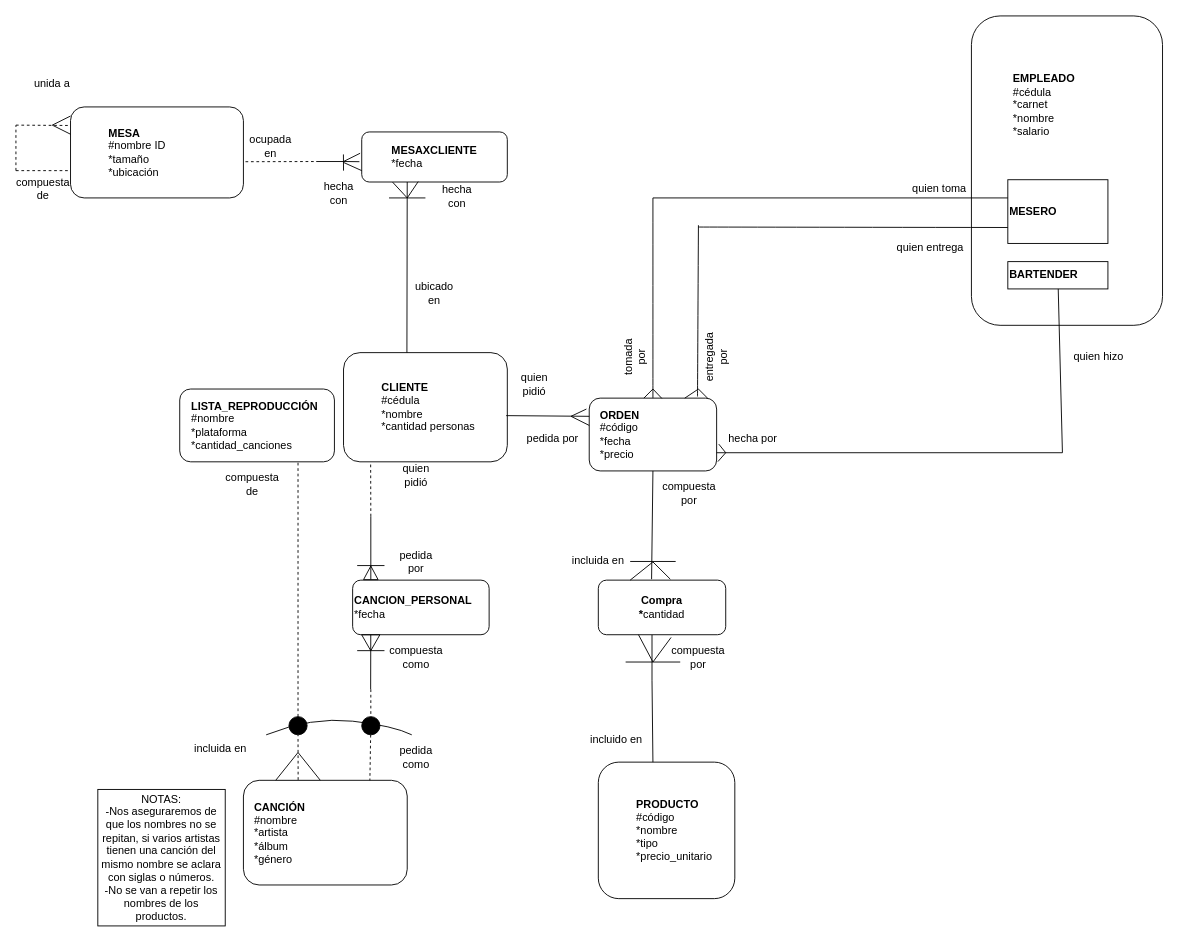
This is Trabajo4/ModeloER.drawio from M1moreno/EntregasBD, a draw.io file, before an edit. Source tidied: cells renumbered, new cells numbered last; positions are measured from the earlier drawing's top-left corner, leaving out a move shared by most shapes. Both pictures are drawn from the tidied source at 91%, with x=0, y=0 at pixel (15, 15). Pictures stored in the file or linked from it are replaced by grey dashed boxes.
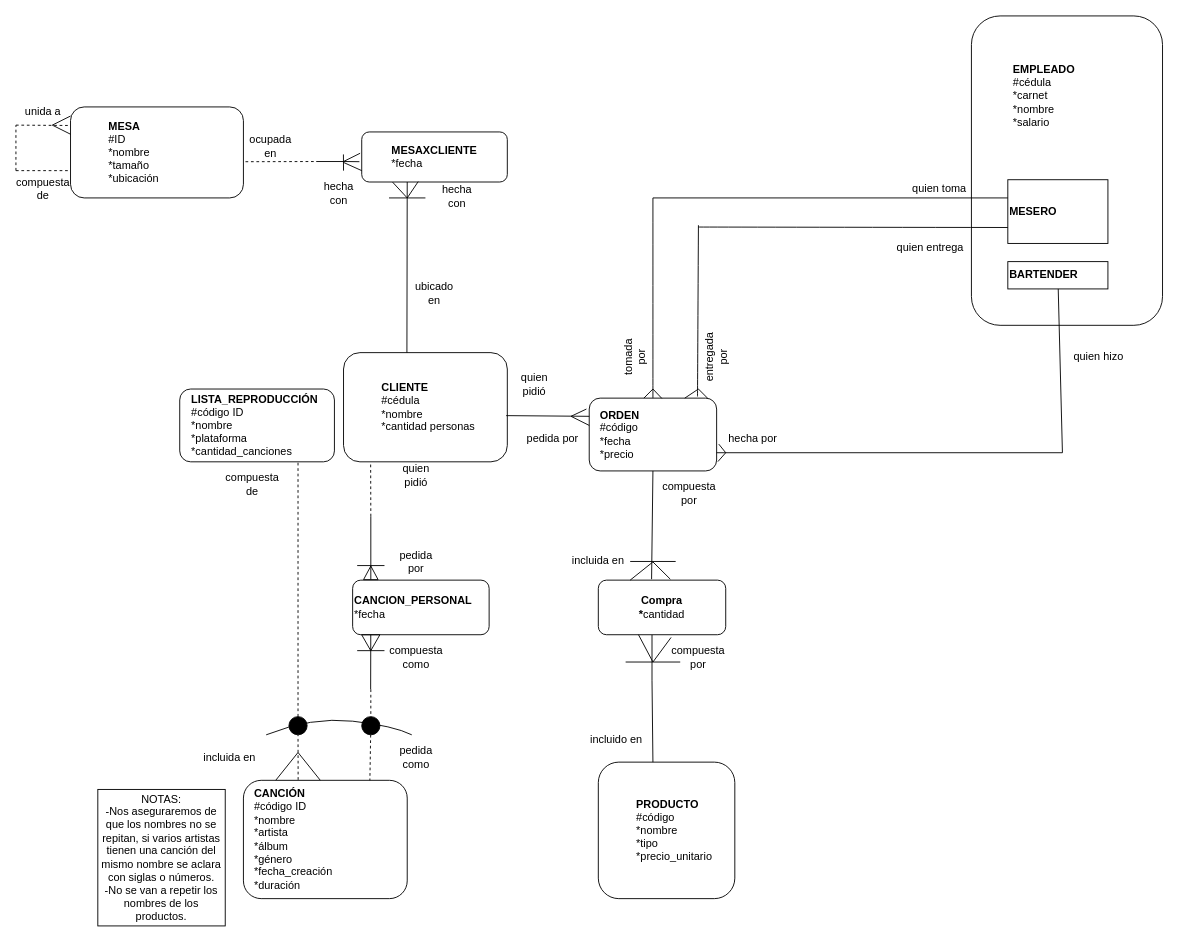
The same page after the edit.

Unchanged cells that the change refers to:
```xml
<mxCell id="5" style="group;" parent="1" vertex="1">
  <mxGeometry x="1050" width="210" height="430" as="geometry" />
</mxCell>
<mxCell id="11" style="group;" parent="1" vertex="1">
  <mxGeometry x="180" y="410" width="170" height="80" as="geometry" />
</mxCell>
```

Diff of the diagram source:
```diff
@@
-    <mxCell id="3" value="&lt;blockquote style=&quot;margin: 0 0 0 40px ; border: none ; padding: 0px&quot;&gt;&lt;b&gt;MESA&lt;/b&gt;&lt;/blockquote&gt;&lt;blockquote style=&quot;margin: 0px 0px 0px 40px ; border: none ; padding: 0px&quot;&gt;#nombre ID&lt;/blockquote&gt;&lt;blockquote style=&quot;margin: 0px 0px 0px 40px ; border: none ; padding: 0px&quot;&gt;*tamaño&lt;/blockquote&gt;&lt;blockquote style=&quot;margin: 0px 0px 0px 40px ; border: none ; padding: 0px&quot;&gt;*ubicación&lt;/blockquote&gt;" style="rounded=1;whiteSpace=wrap;html=1;align=left;" parent="1" vertex="1">
+    <mxCell id="3" value="&lt;blockquote style=&quot;margin: 0 0 0 40px ; border: none ; padding: 0px&quot;&gt;&lt;b&gt;MESA&lt;/b&gt;&lt;/blockquote&gt;&lt;blockquote style=&quot;margin: 0px 0px 0px 40px ; border: none ; padding: 0px&quot;&gt;#ID&lt;/blockquote&gt;&lt;blockquote style=&quot;margin: 0px 0px 0px 40px ; border: none ; padding: 0px&quot;&gt;*nombre&lt;/blockquote&gt;&lt;blockquote style=&quot;margin: 0px 0px 0px 40px ; border: none ; padding: 0px&quot;&gt;*tamaño&lt;/blockquote&gt;&lt;blockquote style=&quot;margin: 0px 0px 0px 40px ; border: none ; padding: 0px&quot;&gt;*ubicación&lt;/blockquote&gt;" style="rounded=1;whiteSpace=wrap;html=1;align=left;" parent="1" vertex="1">
       <mxGeometry x="60" y="100" width="190" height="100" as="geometry" />
     </mxCell>
@@
     <mxCell id="7" value="&lt;blockquote style=&quot;margin: 0px 0px 0px 40px ; border: none ; padding: 0px&quot;&gt;&lt;/blockquote&gt;&lt;b&gt;&lt;div style=&quot;text-align: left&quot;&gt;&lt;b&gt;EMPLEADO&lt;/b&gt;&lt;/div&gt;&lt;/b&gt;&lt;blockquote style=&quot;margin: 0px 0px 0px 40px ; border: none ; padding: 0px&quot;&gt;&lt;/blockquote&gt;&lt;span&gt;&lt;div style=&quot;text-align: left&quot;&gt;&lt;span&gt;#cédula&lt;/span&gt;&lt;/div&gt;&lt;/span&gt;&lt;blockquote style=&quot;margin: 0px 0px 0px 40px ; border: none ; padding: 0px&quot;&gt;&lt;/blockquote&gt;&lt;span&gt;&lt;div style=&quot;text-align: left&quot;&gt;&lt;span&gt;*carnet&lt;/span&gt;&lt;/div&gt;&lt;/span&gt;&lt;blockquote style=&quot;margin: 0px 0px 0px 40px ; border: none ; padding: 0px&quot;&gt;&lt;/blockquote&gt;&lt;span&gt;&lt;div style=&quot;text-align: left&quot;&gt;&lt;span&gt;*nombre&lt;/span&gt;&lt;/div&gt;&lt;/span&gt;&lt;div style=&quot;text-align: left&quot;&gt;&lt;span&gt;*salario&lt;/span&gt;&lt;/div&gt;&lt;blockquote style=&quot;text-align: left ; margin: 0px 0px 0px 40px ; border: none ; padding: 0px&quot;&gt;&lt;br&gt;&lt;/blockquote&gt;" style="text;html=1;strokeColor=none;fillColor=none;align=center;verticalAlign=middle;whiteSpace=wrap;rounded=0;" parent="5" vertex="1">
-      <mxGeometry x="40" y="60" width="80" height="90" as="geometry" />
+      <mxGeometry x="40" y="40" width="80" height="110" as="geometry" />
     </mxCell>
@@
-    <mxCell id="13" value="&lt;b&gt;LISTA_REPRODUCCIÓN&lt;/b&gt;&lt;br&gt;#nombre&lt;br&gt;*plataforma&lt;br&gt;*cantidad_canciones" style="text;html=1;strokeColor=none;fillColor=none;align=left;verticalAlign=middle;whiteSpace=wrap;rounded=0;" parent="11" vertex="1">
+    <mxCell id="13" value="&lt;b&gt;LISTA_REPRODUCCIÓN&lt;br&gt;&lt;/b&gt;#código ID&lt;br&gt;*nombre&lt;br&gt;*plataforma&lt;br&gt;*cantidad_canciones" style="text;html=1;strokeColor=none;fillColor=none;align=left;verticalAlign=middle;whiteSpace=wrap;rounded=0;" parent="11" vertex="1">
       <mxGeometry x="10.7" y="5" width="149.3" height="70" as="geometry" />
     </mxCell>
@@
     <mxCell id="17" style="group;" parent="1" vertex="1">
-      <mxGeometry x="250" y="840" width="180" height="115" as="geometry" />
+      <mxGeometry x="250" y="840" width="180" height="130" as="geometry" />
     </mxCell>
     <mxCell id="18" style="rounded=1;whiteSpace=wrap;html=1;" parent="17" vertex="1">
-      <mxGeometry width="180" height="115" as="geometry" />
+      <mxGeometry width="180" height="130" as="geometry" />
     </mxCell>
-    <mxCell id="19" value="&lt;b&gt;CANCIÓN&lt;/b&gt;&lt;br&gt;#nombre&lt;br&gt;*artista&lt;br&gt;*álbum&lt;br&gt;*género" style="text;html=1;strokeColor=none;fillColor=none;align=left;verticalAlign=middle;whiteSpace=wrap;rounded=0;" parent="17" vertex="1">
-      <mxGeometry x="10" y="12.5" width="160" height="90" as="geometry" />
+    <mxCell id="19" value="&lt;b&gt;CANCIÓN&lt;br&gt;&lt;/b&gt;#código ID&lt;br&gt;*nombre&lt;br&gt;*artista&lt;br&gt;*álbum&lt;br&gt;*género&lt;br&gt;*fecha_creación&lt;br&gt;*duración" style="text;html=1;strokeColor=none;fillColor=none;align=left;verticalAlign=middle;whiteSpace=wrap;rounded=0;" parent="17" vertex="1">
+      <mxGeometry x="10" y="14.1" width="160" height="101.7" as="geometry" />
     </mxCell>
@@
     <mxCell id="28" value="incluida en" style="text;html=1;strokeColor=none;fillColor=none;align=center;verticalAlign=middle;whiteSpace=wrap;rounded=0;" parent="1" vertex="1">
-      <mxGeometry x="190" y="780" width="70" height="50" as="geometry" />
+      <mxGeometry x="200" y="790" width="70" height="50" as="geometry" />
     </mxCell>
@@
     <mxCell id="48" value="unida a" style="text;html=1;strokeColor=none;fillColor=none;align=center;verticalAlign=middle;whiteSpace=wrap;rounded=0;" parent="1" vertex="1">
-      <mxGeometry x="10" y="60" width="60" height="30" as="geometry" />
+      <mxGeometry y="90" width="60" height="30" as="geometry" />
     </mxCell>
```
